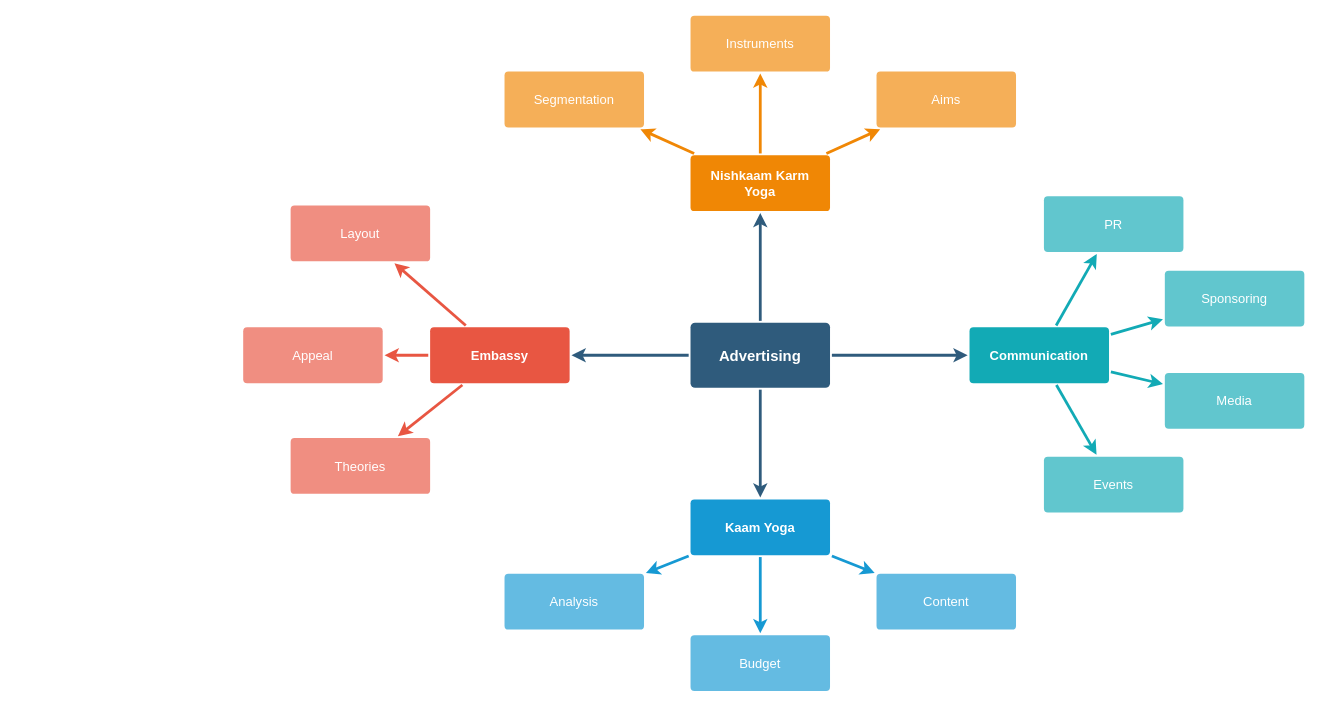
Above: src/Untitled Diagram.drawio in ashutoshmjain/gita (draw.io), before the change. Source tidied: cells renumbered, new cells numbered last; positions are measured from the earlier drawing's top-left corner, leaving out a move shared by most shapes. Both pictures are drawn from the tidied source at 93%, with x=0, y=0 at pixel (243, 15).
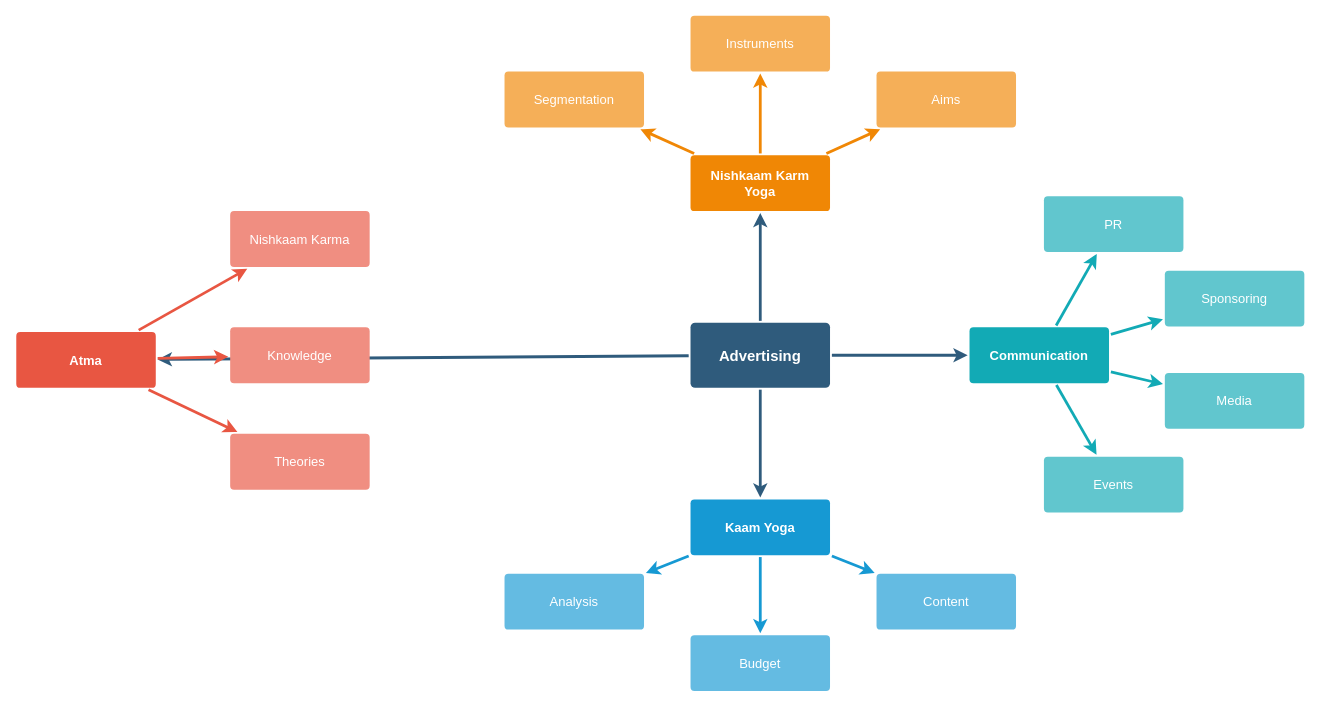
The same diagram, later.

What changed in the source:
```diff
@@
-    <mxCell id="10" value="Embassy" style="rounded=1;whiteSpace=wrap;html=1;shadow=0;labelBackgroundColor=none;strokeColor=none;strokeWidth=3;fillColor=#e85642;fontFamily=Helvetica;fontSize=14;fontColor=#FFFFFF;align=center;spacing=5;fontStyle=1;arcSize=7;perimeterSpacing=2;" parent="1" vertex="1">
-      <mxGeometry x="201" y="335.5" width="150" height="60" as="geometry" />
+    <mxCell id="10" value="Atma" style="rounded=1;whiteSpace=wrap;html=1;shadow=0;labelBackgroundColor=none;strokeColor=none;strokeWidth=3;fillColor=#e85642;fontFamily=Helvetica;fontSize=14;fontColor=#FFFFFF;align=center;spacing=5;fontStyle=1;arcSize=7;perimeterSpacing=2;" parent="1" vertex="1">
+      <mxGeometry x="-244" y="340.5" width="150" height="60" as="geometry" />
     </mxCell>
     <mxCell id="11" value="Theories" style="rounded=1;whiteSpace=wrap;html=1;shadow=0;labelBackgroundColor=none;strokeColor=none;strokeWidth=3;fillColor=#f08e81;fontFamily=Helvetica;fontSize=14;fontColor=#FFFFFF;align=center;spacing=5;fontStyle=0;arcSize=7;perimeterSpacing=2;" parent="1" vertex="1">
-      <mxGeometry x="51" y="454.5" width="150" height="60" as="geometry" />
+      <mxGeometry x="-14" y="450" width="150" height="60" as="geometry" />
     </mxCell>
-    <mxCell id="12" value="Appeal" style="rounded=1;whiteSpace=wrap;html=1;shadow=0;labelBackgroundColor=none;strokeColor=none;strokeWidth=3;fillColor=#f08e81;fontFamily=Helvetica;fontSize=14;fontColor=#FFFFFF;align=center;spacing=5;fontStyle=0;arcSize=7;perimeterSpacing=2;" parent="1" vertex="1">
-      <mxGeometry y="335.5" width="150" height="60" as="geometry" />
+    <mxCell id="12" value="Knowledge" style="rounded=1;whiteSpace=wrap;html=1;shadow=0;labelBackgroundColor=none;strokeColor=none;strokeWidth=3;fillColor=#f08e81;fontFamily=Helvetica;fontSize=14;fontColor=#FFFFFF;align=center;spacing=5;fontStyle=0;arcSize=7;perimeterSpacing=2;" parent="1" vertex="1">
+      <mxGeometry x="-14" y="335.5" width="150" height="60" as="geometry" />
     </mxCell>
-    <mxCell id="13" value="Layout" style="rounded=1;whiteSpace=wrap;html=1;shadow=0;labelBackgroundColor=none;strokeColor=none;strokeWidth=3;fillColor=#f08e81;fontFamily=Helvetica;fontSize=14;fontColor=#FFFFFF;align=center;spacing=5;fontStyle=0;arcSize=7;perimeterSpacing=2;" parent="1" vertex="1">
-      <mxGeometry x="51" y="204.5" width="150" height="60" as="geometry" />
+    <mxCell id="13" value="Nishkaam Karma" style="rounded=1;whiteSpace=wrap;html=1;shadow=0;labelBackgroundColor=none;strokeColor=none;strokeWidth=3;fillColor=#f08e81;fontFamily=Helvetica;fontSize=14;fontColor=#FFFFFF;align=center;spacing=5;fontStyle=0;arcSize=7;perimeterSpacing=2;" parent="1" vertex="1">
+      <mxGeometry x="-14" y="210.5" width="150" height="60" as="geometry" />
     </mxCell>
```
